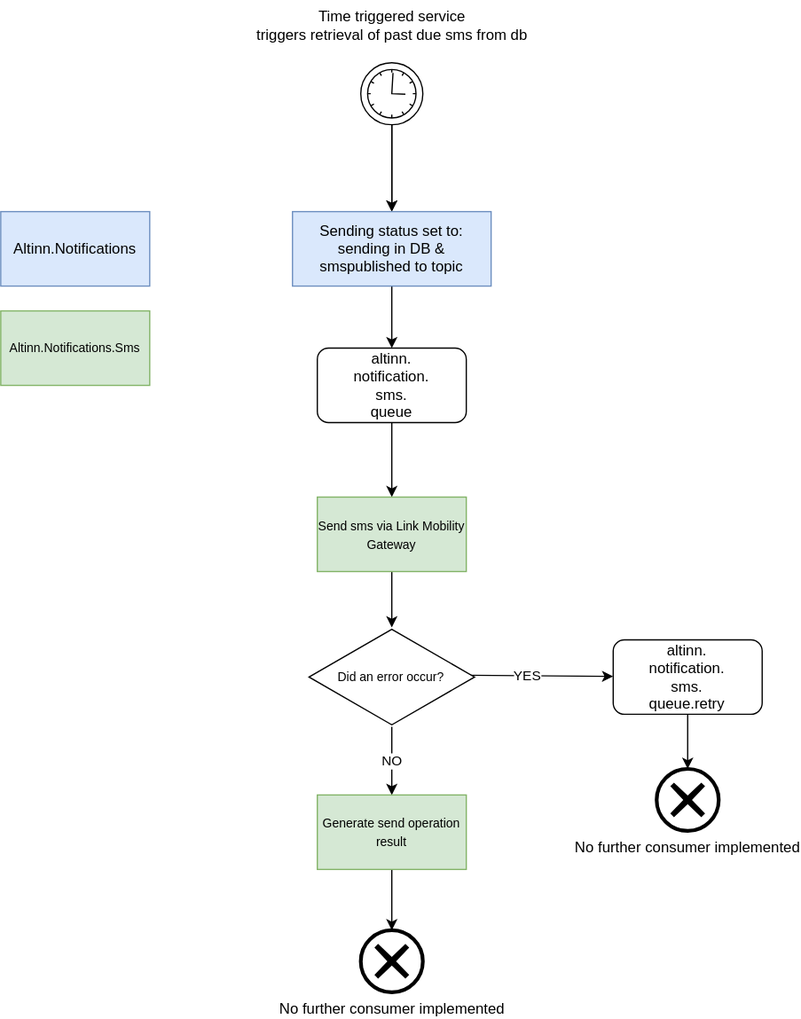
The draw.io diagram content/notifications/architecture/notifications-topic-process-sms.drawio.svg in Altinn/altinn-studio-docs, before a commit. Source tidied: cells renumbered, new cells last; positions are measured from the earlier drawing's top-left corner, leaving out a move shared by most shapes.
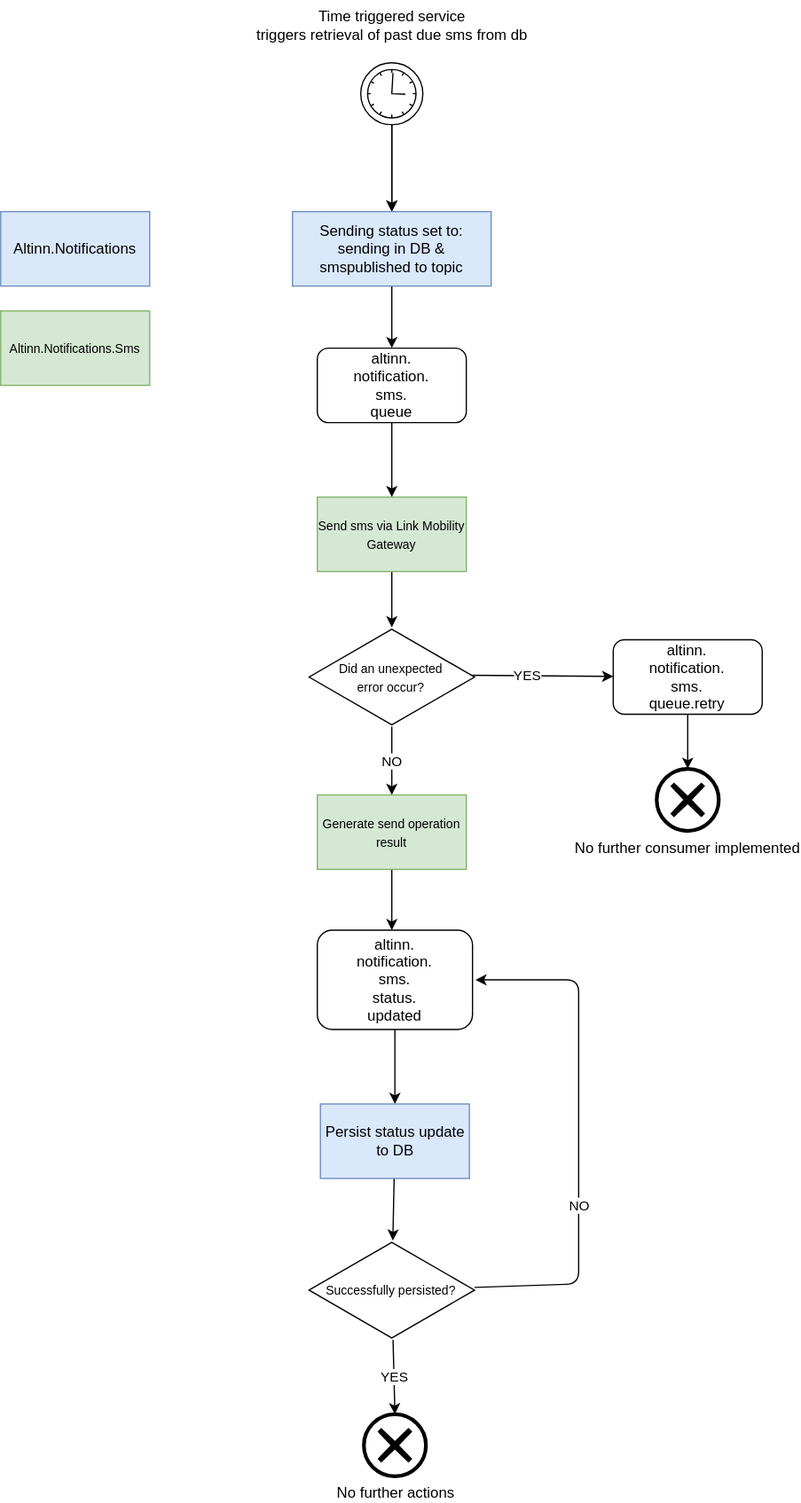
After the commit.

Diff of the diagram source:
```diff
@@ -60,17 +60,49 @@
     <mxCell id="19" value="NO" style="edgeStyle=none;html=1;entryX=0.5;entryY=0;entryDx=0;entryDy=0;" parent="1" edge="1" source="20" target="22">
       <mxGeometry relative="1" as="geometry" />
     </mxCell>
-    <mxCell id="20" value="&lt;font style=&quot;font-size: 10px;&quot;&gt;Did an error occur?&lt;/font&gt;" style="html=1;whiteSpace=wrap;shape=isoRectangle;" parent="1" vertex="1">
+    <mxCell id="20" value="&lt;font style=&quot;font-size: 10px;&quot;&gt;Did an unexpected &lt;br&gt;error occur?&lt;/font&gt;" style="html=1;whiteSpace=wrap;shape=isoRectangle;" parent="1" vertex="1">
       <mxGeometry x="248.3" y="505" width="133.3" height="80" as="geometry" />
     </mxCell>
-    <mxCell id="21" style="edgeStyle=none;html=1;entryX=0.5;entryY=0;entryDx=0;entryDy=0;entryPerimeter=0;" parent="1" edge="1" source="22" target="23">
-      <mxGeometry relative="1" as="geometry" />
+    <mxCell id="21" style="edgeStyle=none;html=1;entryX=0.5;entryY=0;entryDx=0;entryDy=0;entryPerimeter=0;" parent="1" edge="1" source="22">
+      <mxGeometry relative="1" as="geometry">
+        <mxPoint x="315" y="749" as="targetPoint" />
+      </mxGeometry>
     </mxCell>
     <mxCell id="22" value="&lt;font style=&quot;font-size: 10px;&quot;&gt;Generate send operation result&lt;/font&gt;" style="rounded=0;whiteSpace=wrap;html=1;fillColor=#d5e8d4;strokeColor=#82b366;" parent="1" vertex="1">
       <mxGeometry x="255" y="640" width="120" height="60" as="geometry" />
     </mxCell>
-    <mxCell id="23" value="No further consumer implemented" style="points=[[0.145,0.145,0],[0.5,0,0],[0.855,0.145,0],[1,0.5,0],[0.855,0.855,0],[0.5,1,0],[0.145,0.855,0],[0,0.5,0]];shape=mxgraph.bpmn.event;html=1;verticalLabelPosition=bottom;labelBackgroundColor=#ffffff;verticalAlign=top;align=center;perimeter=ellipsePerimeter;outlineConnect=0;outline=end;symbol=cancel;" parent="1" vertex="1">
-      <mxGeometry x="290" y="749" width="50" height="50" as="geometry" />
-    </mxCell>
+    <mxCell id="24" style="edgeStyle=none;html=1;entryX=0.5;entryY=0;entryDx=0;entryDy=0;" parent="1" edge="1" source="25" target="27">
+      <mxGeometry relative="1" as="geometry" />
+    </mxCell>
+    <mxCell id="25" value="altinn.&lt;br&gt;notification.&lt;br&gt;sms.&lt;br&gt;status.&lt;br&gt;updated" style="rounded=1;whiteSpace=wrap;html=1;" parent="1" vertex="1">
+      <mxGeometry x="255" y="749" width="125" height="80" as="geometry" />
+    </mxCell>
+    <mxCell id="26" style="edgeStyle=none;html=1;" parent="1" edge="1" source="27" target="31">
+      <mxGeometry relative="1" as="geometry" />
+    </mxCell>
+    <mxCell id="27" value="Persist status update to DB" style="rounded=0;whiteSpace=wrap;html=1;fillColor=#dae8fc;strokeColor=#6c8ebf;" parent="1" vertex="1">
+      <mxGeometry x="257.5" y="889" width="120" height="60" as="geometry" />
+    </mxCell>
+    <mxCell id="28" style="edgeStyle=none;html=1;entryX=1;entryY=0.5;entryDx=0;entryDy=0;" parent="1" edge="1" source="31">
+      <mxGeometry relative="1" as="geometry">
+        <mxPoint x="382.3" y="789" as="targetPoint" />
+        <Array as="points">
+          <mxPoint x="465.5" y="1034" />
+          <mxPoint x="465.5" y="789" />
+        </Array>
+      </mxGeometry>
+    </mxCell>
+    <mxCell id="29" value="NO" style="edgeLabel;html=1;align=center;verticalAlign=middle;" parent="28" vertex="1">
+      <mxGeometry x="-0.29" relative="1" as="geometry" />
+    </mxCell>
+    <mxCell id="30" value="YES" style="edgeStyle=none;html=1;entryX=0.5;entryY=0;entryDx=0;entryDy=0;entryPerimeter=0;" parent="1" edge="1" source="31" target="32">
+      <mxGeometry relative="1" as="geometry" />
+    </mxCell>
+    <mxCell id="31" value="&lt;span style=&quot;font-size: 10px;&quot;&gt;Successfully persisted?&lt;/span&gt;" style="html=1;whiteSpace=wrap;shape=isoRectangle;" parent="1" vertex="1">
+      <mxGeometry x="248.3" y="999" width="133.3" height="80" as="geometry" />
+    </mxCell>
+    <mxCell id="32" value="No further actions" style="points=[[0.145,0.145,0],[0.5,0,0],[0.855,0.145,0],[1,0.5,0],[0.855,0.855,0],[0.5,1,0],[0.145,0.855,0],[0,0.5,0]];shape=mxgraph.bpmn.event;html=1;verticalLabelPosition=bottom;labelBackgroundColor=#ffffff;verticalAlign=top;align=center;perimeter=ellipsePerimeter;outlineConnect=0;outline=end;symbol=cancel;" parent="1" vertex="1">
+      <mxGeometry x="292.5" y="1139" width="50" height="50" as="geometry" />
+    </mxCell>
   </root>
 </mxGraphModel>
```
